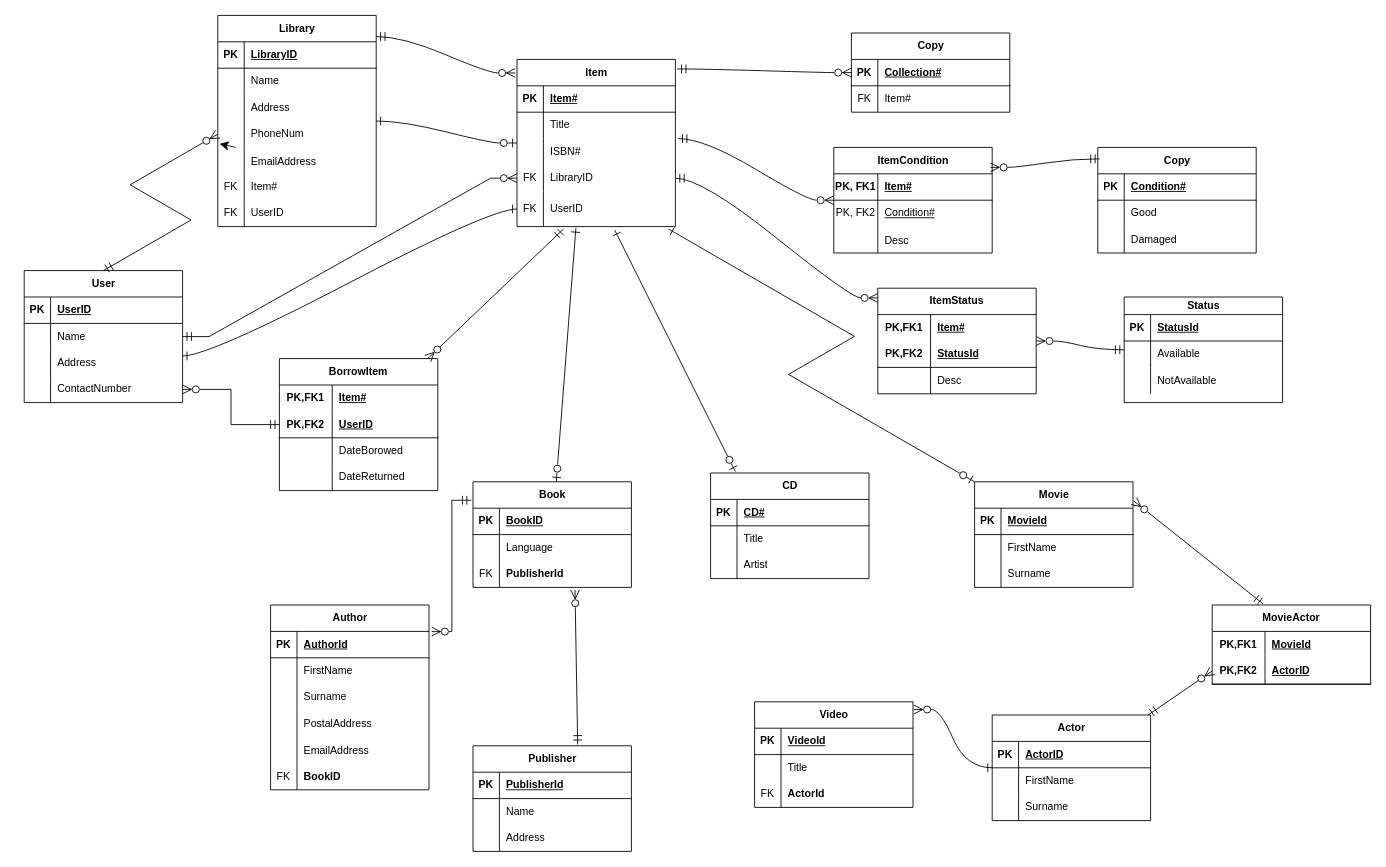
Before: Question.drawio in Que-1/Portfolio, a draw.io diagram. Source tidied: cells renumbered, new cells numbered last; positions are measured from the earlier drawing's top-left corner, leaving out a move shared by most shapes. Both pictures are drawn from the tidied source at 88%, with x=0, y=0 at pixel (24, 15).
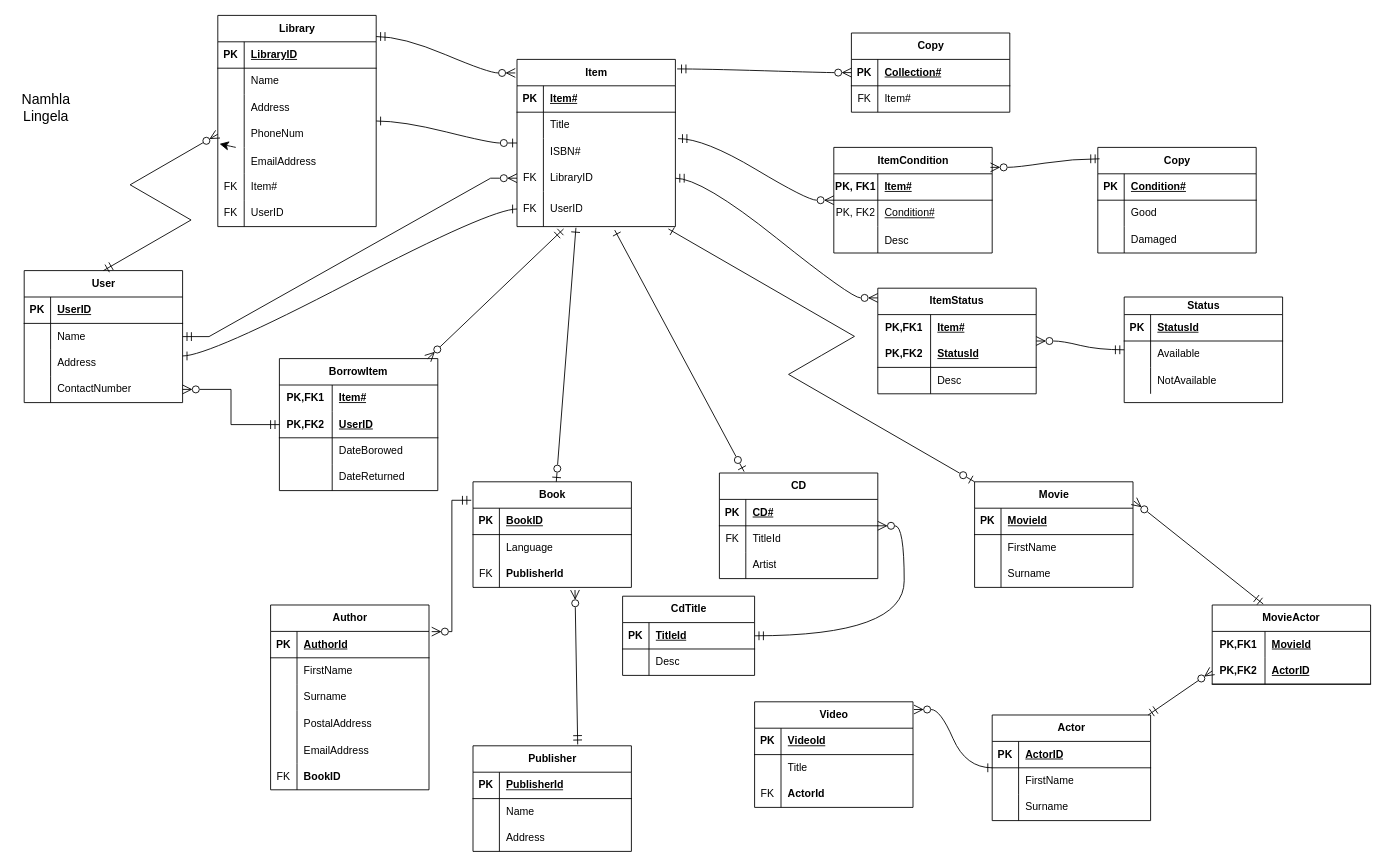
After the change.

Unchanged cells that the change refers to:
```xml
<mxCell id="107" style="shape=tableRow;horizontal=0;startSize=0;swimlaneHead=0;swimlaneBody=0;fillColor=none;top=0;left=0;right=0;bottom=0;" parent="103" vertex="1">
  <mxGeometry y="60" width="180" height="30" as="geometry" />
</mxCell>
```

Change to the diagram source:
```diff
@@
     <mxCell id="103" value="CD" style="shape=table;startSize=30;childLayout=tableLayout;rowLines=0;fontStyle=1;align=center;html=1;" parent="1" vertex="1">
-      <mxGeometry x="780" y="520" width="180" height="120" as="geometry" />
+      <mxGeometry x="790" y="520" width="180" height="120" as="geometry" />
     </mxCell>
@@
-    <mxCell id="108" style="shape=partialRectangle;fillColor=none;top=0;left=0;bottom=0;right=0;overflow=hidden;whiteSpace=wrap;html=1;" parent="107" vertex="1">
+    <mxCell id="108" value="FK" style="shape=partialRectangle;fillColor=none;top=0;left=0;bottom=0;right=0;overflow=hidden;whiteSpace=wrap;html=1;" parent="107" vertex="1">
       <mxGeometry width="30" height="30" as="geometry" />
     </mxCell>
-    <mxCell id="109" value="Title" style="shape=partialRectangle;fillColor=none;top=0;left=0;bottom=0;right=0;align=left;spacingLeft=6;overflow=hidden;whiteSpace=wrap;html=1;" parent="107" vertex="1">
+    <mxCell id="109" value="TitleId" style="shape=partialRectangle;fillColor=none;top=0;left=0;bottom=0;right=0;align=left;spacingLeft=6;overflow=hidden;whiteSpace=wrap;html=1;" parent="107" vertex="1">
       <mxGeometry x="30" width="150" height="30" as="geometry" />
     </mxCell>
@@
+    <mxCell id="220" value="Namhla&lt;div&gt;Lingela&lt;/div&gt;" style="text;html=1;align=center;verticalAlign=middle;whiteSpace=wrap;rounded=0;fontSize=16;" parent="1" vertex="1">
+      <mxGeometry x="-10" y="30" width="70" height="150" as="geometry" />
+    </mxCell>
+    <mxCell id="221" value="CdTitle" style="shape=table;startSize=30;childLayout=tableLayout;rowLines=0;fontStyle=1;align=center;html=1;" parent="1" vertex="1">
+      <mxGeometry x="680" y="660" width="150" height="90" as="geometry" />
+    </mxCell>
+    <mxCell id="222" style="shape=tableRow;horizontal=0;startSize=0;swimlaneHead=0;swimlaneBody=0;fillColor=none;top=0;left=0;right=0;bottom=1;" parent="221" vertex="1">
+      <mxGeometry y="30" width="150" height="30" as="geometry" />
+    </mxCell>
+    <mxCell id="223" value="PK" style="shape=partialRectangle;fillColor=none;top=0;left=0;bottom=0;right=0;fontStyle=1;overflow=hidden;whiteSpace=wrap;html=1;" parent="222" vertex="1">
+      <mxGeometry width="30" height="30" as="geometry" />
+    </mxCell>
+    <mxCell id="224" value="TitleId" style="shape=partialRectangle;fillColor=none;top=0;left=0;bottom=0;right=0;align=left;spacingLeft=6;fontStyle=5;overflow=hidden;whiteSpace=wrap;html=1;" parent="222" vertex="1">
+      <mxGeometry x="30" width="120" height="30" as="geometry" />
+    </mxCell>
+    <mxCell id="225" style="shape=tableRow;horizontal=0;startSize=0;swimlaneHead=0;swimlaneBody=0;fillColor=none;top=0;left=0;right=0;bottom=0;" parent="221" vertex="1">
+      <mxGeometry y="60" width="150" height="30" as="geometry" />
+    </mxCell>
+    <mxCell id="226" style="shape=partialRectangle;fillColor=none;top=0;left=0;bottom=0;right=0;overflow=hidden;whiteSpace=wrap;html=1;" parent="225" vertex="1">
+      <mxGeometry width="30" height="30" as="geometry" />
+    </mxCell>
+    <mxCell id="227" value="Desc" style="shape=partialRectangle;fillColor=none;top=0;left=0;bottom=0;right=0;align=left;spacingLeft=6;overflow=hidden;whiteSpace=wrap;html=1;" parent="225" vertex="1">
+      <mxGeometry x="30" width="120" height="30" as="geometry" />
+    </mxCell>
+    <mxCell id="228" style="edgeStyle=entityRelationEdgeStyle;fontSize=12;html=1;endArrow=ERzeroToMany;endFill=0;rounded=0;startSize=8;endSize=8;curved=1;startArrow=ERmandOne;startFill=0;" parent="1" edge="1" source="221" target="103">
+      <mxGeometry relative="1" as="geometry" />
+    </mxCell>
```
